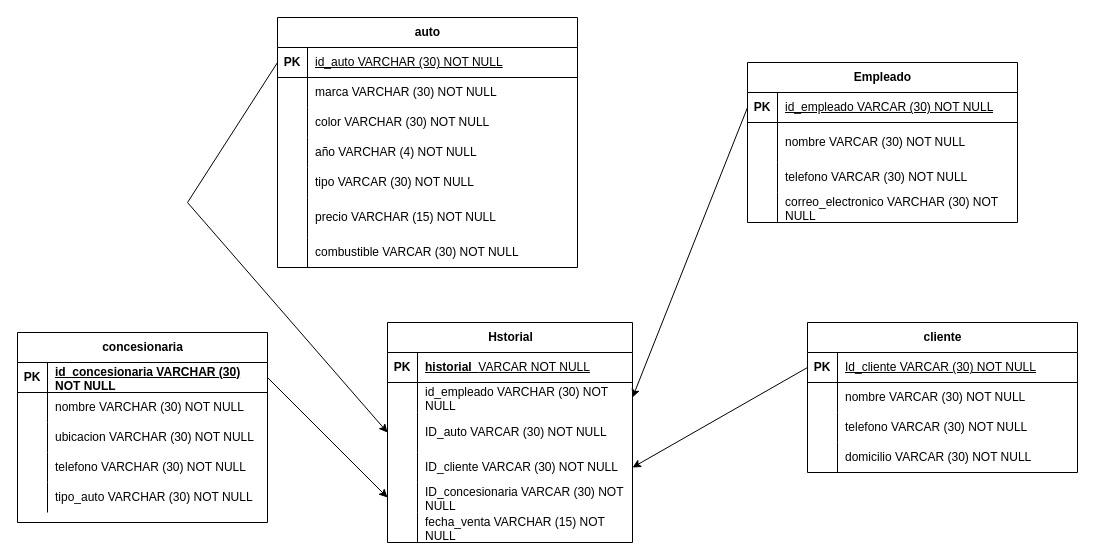
GerardoNR/fbd-gerardo-reyes keeps this draw.io diagram as page "Página-2" (2 of 2) of diagrama/consencionaria.drawio. Above is the earlier version. Source tidied: cells renumbered, new cells numbered last; positions are measured from the earlier drawing's top-left corner, leaving out a move shared by most shapes. Both pictures are drawn from the tidied source at 100%, with x=0, y=0 at pixel (17, 17).
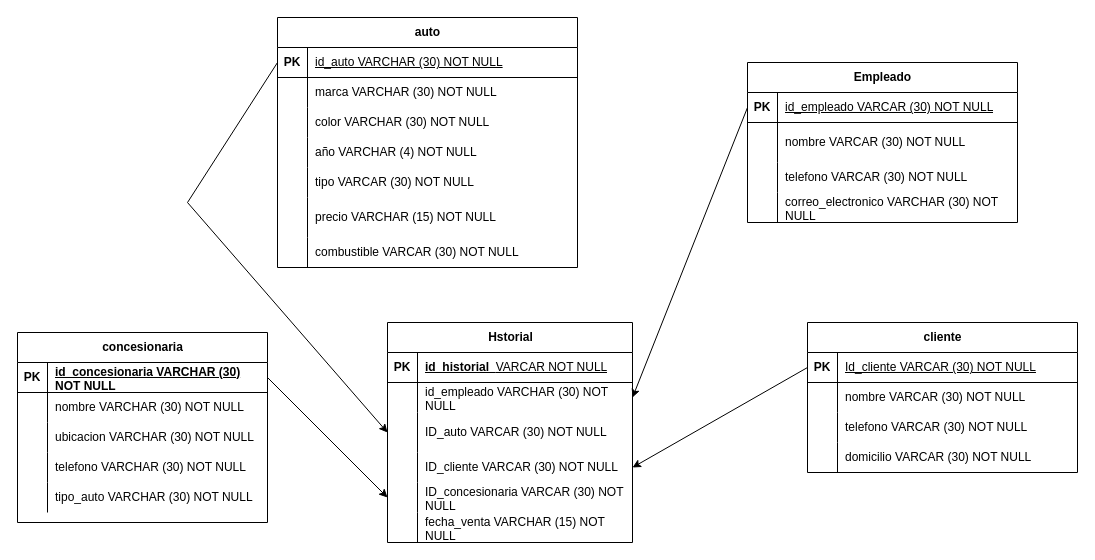
The same diagram, later.

The change refers to these unchanged cells:
```xml
<mxCell id="51" style="shape=tableRow;horizontal=0;startSize=0;swimlaneHead=0;swimlaneBody=0;fillColor=none;top=0;left=0;right=0;bottom=1;" parent="50" vertex="1">
  <mxGeometry y="30" width="245" height="30" as="geometry" />
</mxCell>
```

Diff of the diagram source:
```diff
@@
-    <mxCell id="53" value="historial&amp;nbsp;&amp;nbsp;&lt;span style=&quot;font-weight: 400;&quot;&gt;VARCAR NOT NULL&lt;/span&gt;" style="shape=partialRectangle;fillColor=none;top=0;left=0;bottom=0;right=0;align=left;spacingLeft=6;fontStyle=5;overflow=hidden;whiteSpace=wrap;html=1;" parent="51" vertex="1">
+    <mxCell id="53" value="id_historial&amp;nbsp;&amp;nbsp;&lt;span style=&quot;font-weight: 400;&quot;&gt;VARCAR NOT NULL&lt;/span&gt;" style="shape=partialRectangle;fillColor=none;top=0;left=0;bottom=0;right=0;align=left;spacingLeft=6;fontStyle=5;overflow=hidden;whiteSpace=wrap;html=1;" parent="51" vertex="1">
       <mxGeometry x="30" width="215" height="30" as="geometry" />
     </mxCell>
```
